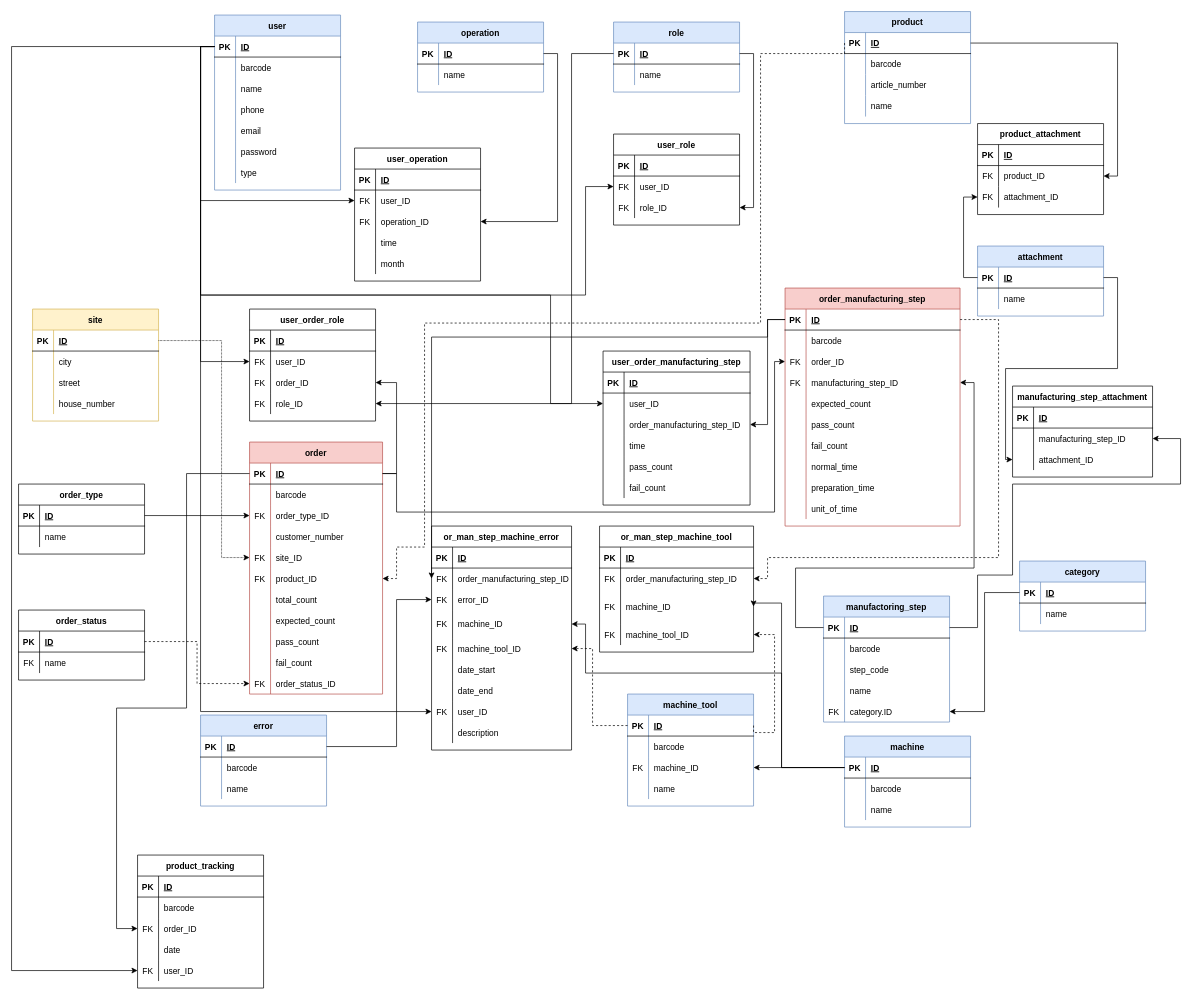
Above: DOC/diagrams/database_plan_2_0_0.drawio in KerteszZoltan/mesterminal (draw.io), before the change. Source tidied: cells renumbered, new cells numbered last; positions are measured from the earlier drawing's top-left corner, leaving out a move shared by most shapes. Both pictures are drawn from the tidied source at 70%, with x=0, y=0 at pixel (11, 11).
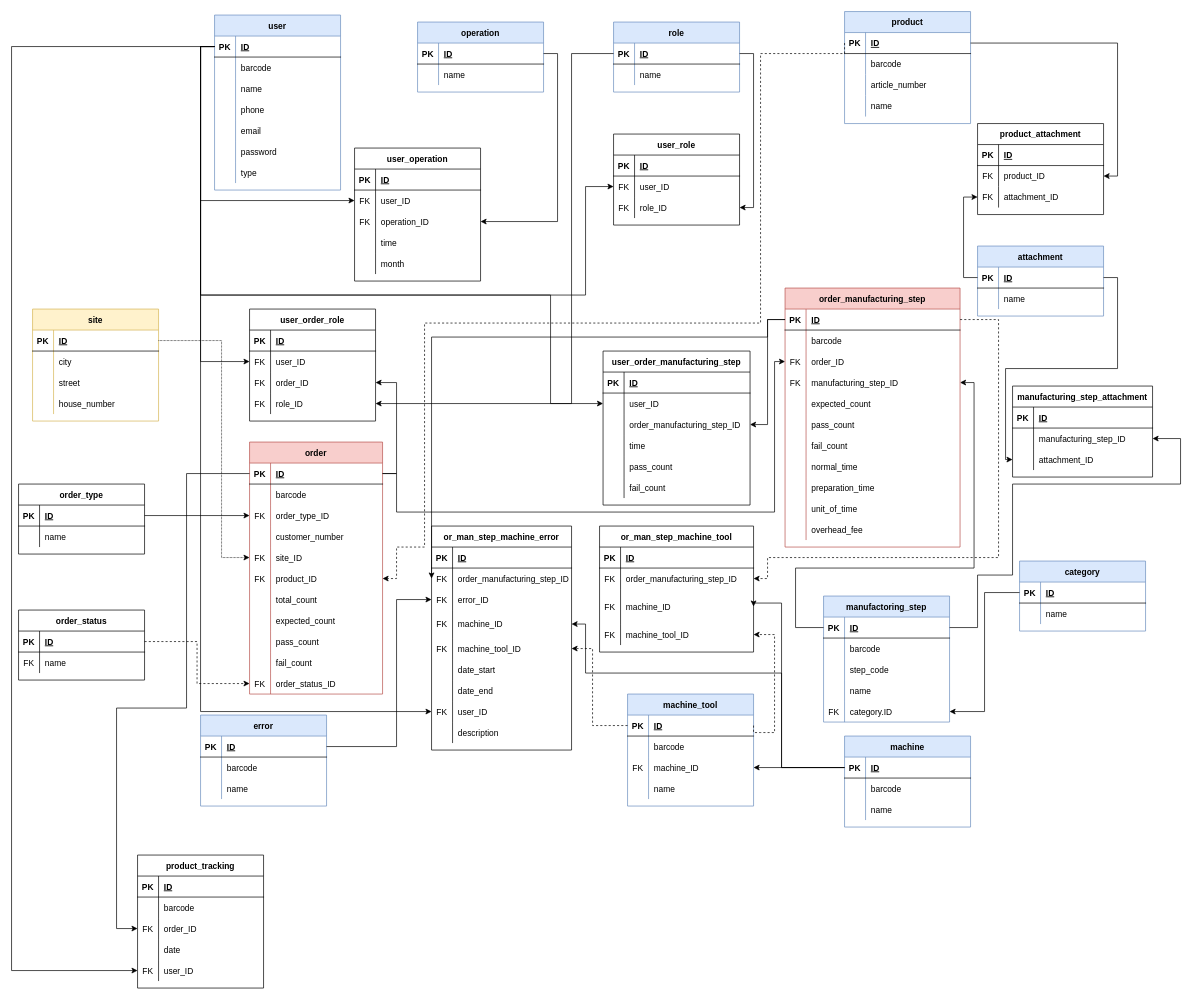
After the change.

Commit message:
overhead_fee add to order_manufacturing_step table

Diff of the diagram source:
```diff
@@
     <mxCell id="255" value="order_manufacturing_step" style="shape=table;startSize=30;childLayout=tableLayout;rowLines=0;fontStyle=1;align=center;fillColor=#f8cecc;strokeColor=#b85450;" parent="1" vertex="1">
-      <mxGeometry x="1105" y="395" width="250" height="340" as="geometry" />
+      <mxGeometry x="1105" y="395" width="250" height="370" as="geometry" />
     </mxCell>
@@
-    <mxCell id="283" style="shape=partialRectangle;fillColor=none;top=0;left=0;bottom=0;right=0;" parent="255" vertex="1">
+    <mxCell id="283" style="shape=partialRectangle;fillColor=none;top=0;left=0;bottom=0;right=0;strokeColor=default;fontColor=default;" parent="255" vertex="1">
       <mxGeometry y="300" width="250" height="30" as="geometry" />
     </mxCell>
@@
+    <mxCell id="372" style="shape=partialRectangle;fillColor=none;top=0;left=0;bottom=0;right=0;" parent="255" vertex="1">
+      <mxGeometry y="330" width="250" height="30" as="geometry" />
+    </mxCell>
+    <mxCell id="373" style="shape=partialRectangle;fillColor=none;top=0;left=0;bottom=0;right=0;overflow=hidden;" parent="372" vertex="1">
+      <mxGeometry width="30" height="30" as="geometry" />
+    </mxCell>
+    <mxCell id="374" value="overhead_fee" style="shape=partialRectangle;fillColor=none;top=0;left=0;bottom=0;right=0;align=left;spacingLeft=6;overflow=hidden;fontColor=default;" parent="372" vertex="1">
+      <mxGeometry x="30" width="220" height="30" as="geometry" />
+    </mxCell>
```
